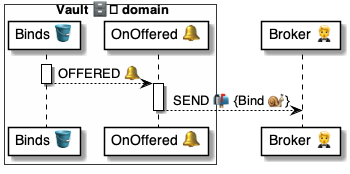
This is 4 ⚙️ Solution/41 🎭 Domain Roles/Vaults 🗄️/🗄️🪣 Vault tables/Binds 🔗 table/🪣🧱 11 Offered 🔔 event/🗄️ OnBindOffered ⚙️ uml.png from pollyweb-org/pollyweb-docs, a PlantUML export, as it was before one commit. Its source is kept beside it as 4 ⚙️ Solution/41 🎭 Domain Roles/Vaults 🗄️/🗄️🪣 Vault tables/Binds 🔗 table/🪣🧱 11 Offered 🔔 event/🗄️ OnBindOffered ⚙️ uml.puml. Its diagram source:
```plantuml
@startuml OnOfferOffered


box Vault 🗄️ domain #FFFFFA
    participant "Binds 🪣" as binds
    participant "OnOffered 🔔" as trigger
end box

participant "Broker 🤵" as broker

activate binds
    binds --> trigger: OFFERED 🔔
deactivate binds

activate trigger
    trigger --> broker: SEND 📬 {Bind 🐌}
deactivate trigger


@enduml
```
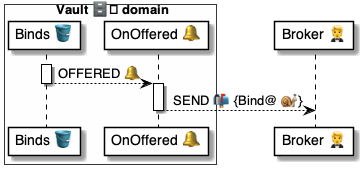
The same diagram one commit later.

The edit, as a diff of the source:
```diff
@@ -13,7 +13,7 @@
 deactivate binds
 
 activate trigger
-    trigger --> broker: SEND 📬 {Bind 🐌}
+    trigger --> broker: SEND 📬 {Bind@ 🐌}
 deactivate trigger
 
 
```
